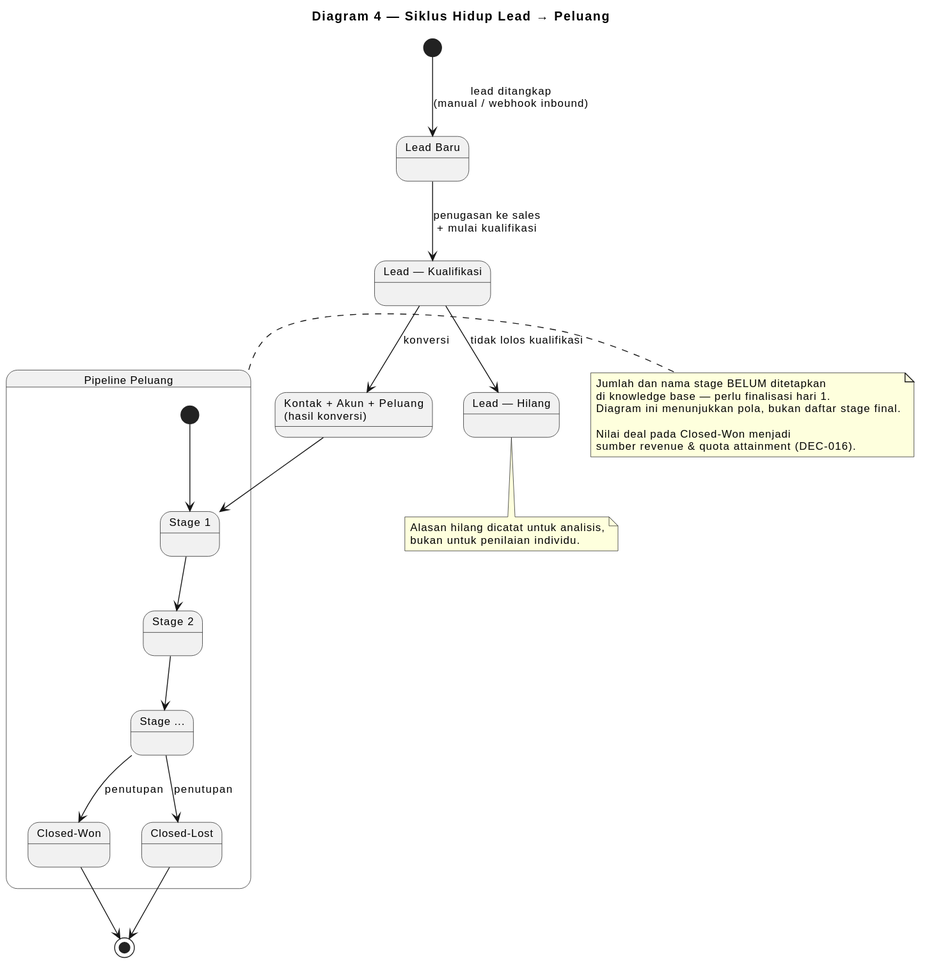
This is knowledge/projects/bootcamp-crm/requirements/brd/diagrams/04-siklus-lead-peluang.svg from yudha-tlab/ai-os-knowledge, a PlantUML export, as it was before one commit.
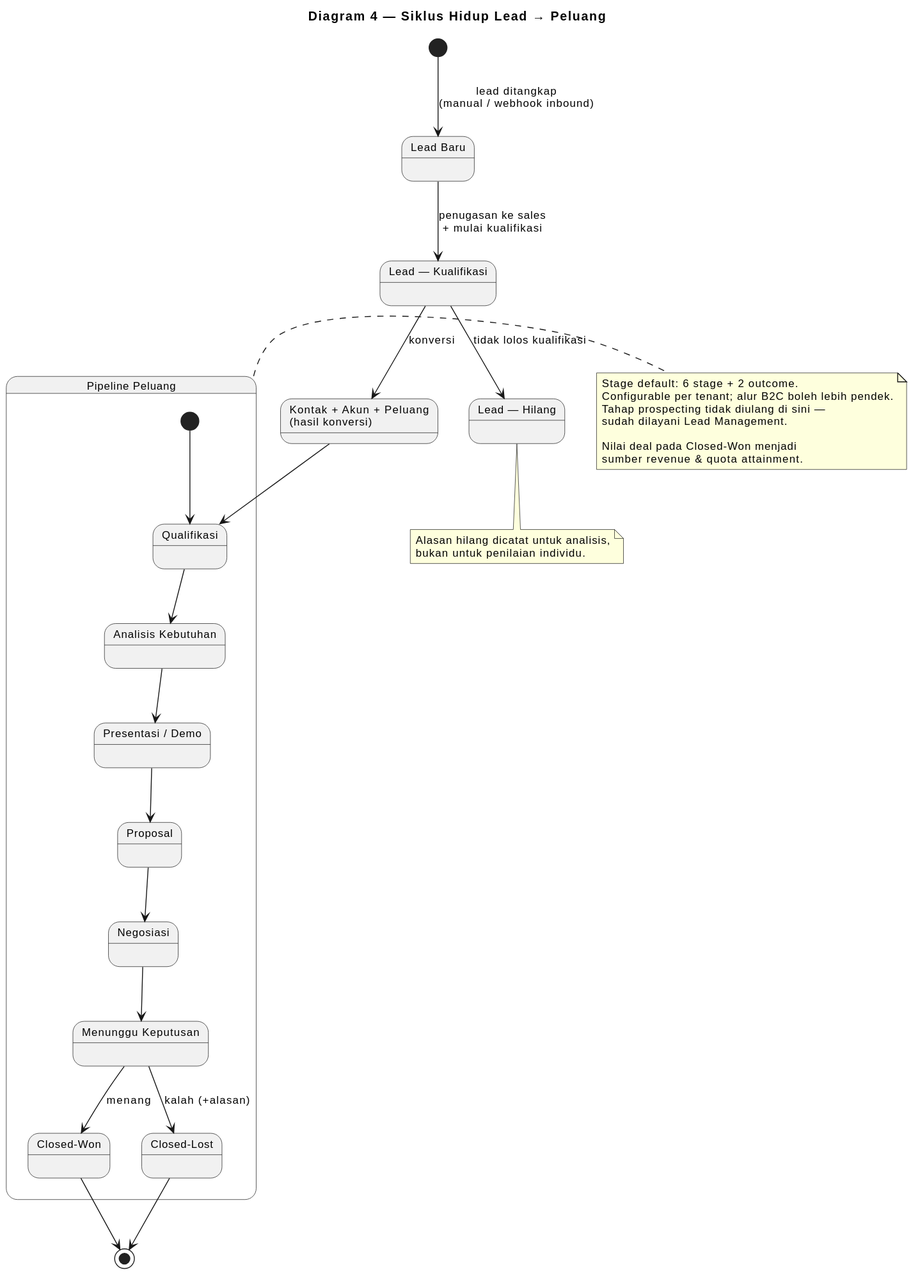
After the commit.

The edit, as a diff of the source:
```diff
@@ -15,17 +15,23 @@
 LK --> CONV : konversi
 
 state "Pipeline Peluang" as PIPE {
-  state "Stage 1" as S1
-  state "Stage 2" as S2
-  state "Stage ..." as SN
+  state "Qualifikasi" as S1
+  state "Analisis Kebutuhan" as S2
+  state "Presentasi / Demo" as S3
+  state "Proposal" as S4
+  state "Negosiasi" as S5
+  state "Menunggu Keputusan" as S6
   state "Closed-Won" as CW
   state "Closed-Lost" as CL
 
   [*] --> S1
   S1 --> S2
-  S2 --> SN
-  SN --> CW : penutupan
-  SN --> CL : penutupan
+  S2 --> S3
+  S3 --> S4
+  S4 --> S5
+  S5 --> S6
+  S6 --> CW : menang
+  S6 --> CL : kalah (+alasan)
 }
 
 CONV --> S1
@@ -33,12 +39,13 @@
 CL --> [*]
 
 note right of PIPE
-  Jumlah dan nama stage BELUM ditetapkan
-  di knowledge base — perlu finalisasi hari 1.
-  Diagram ini menunjukkan pola, bukan daftar stage final.
+  Stage default: 6 stage + 2 outcome.
+  Configurable per tenant; alur B2C boleh lebih pendek.
+  Tahap prospecting tidak diulang di sini —
+  sudah dilayani Lead Management.
 
   Nilai deal pada Closed-Won menjadi
-  sumber revenue & quota attainment (DEC-016).
+  sumber revenue & quota attainment.
 end note
 
 note bottom of LH
```
